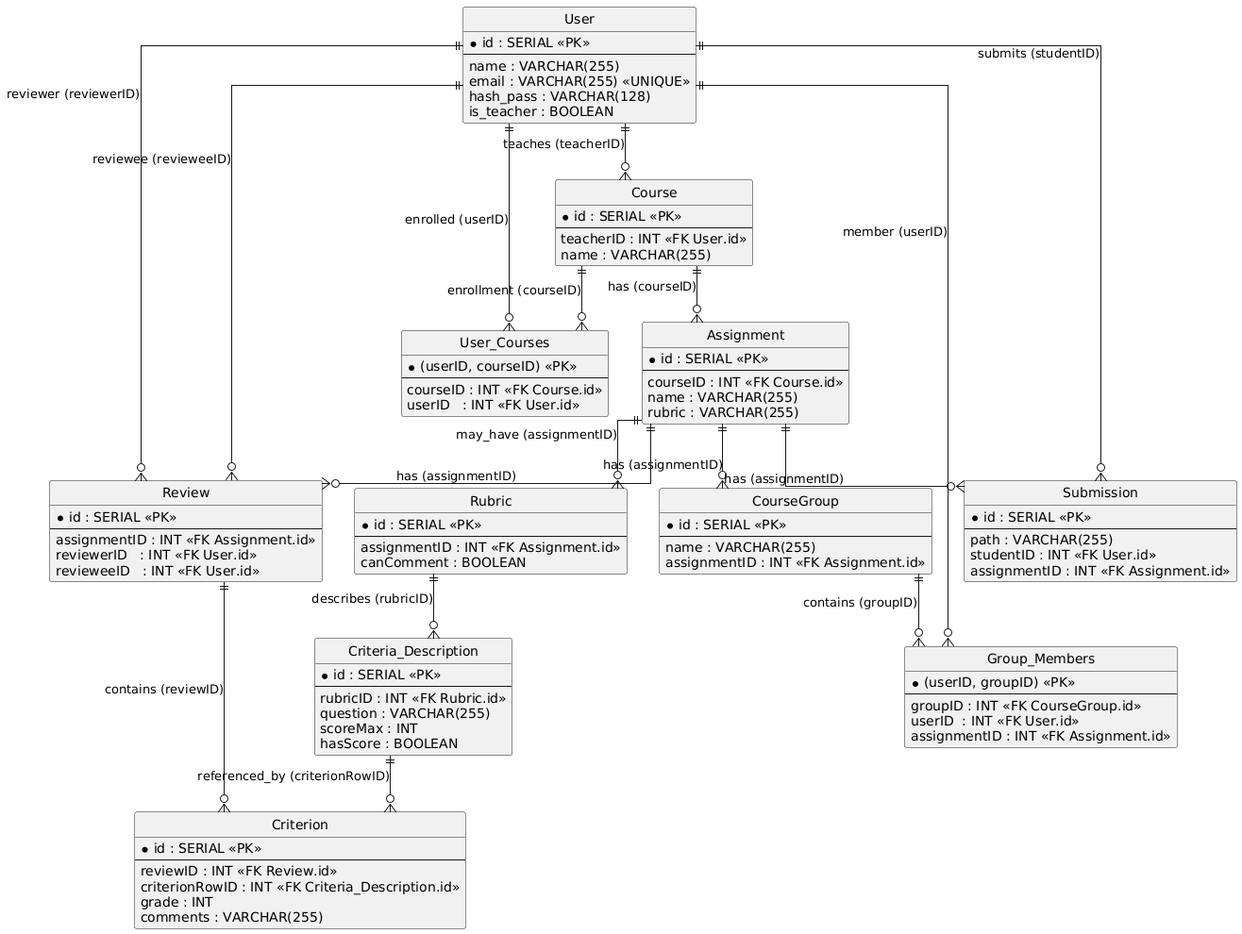
The PlantUML diagram docs/schema/database-schema.png in Okanagan-College-COSC224-Winter-2026/okanagan-college-cosc224-winter-2026-classroom-50a2b5-the-project-cosc224-peer-evaluation-app, before a commit.
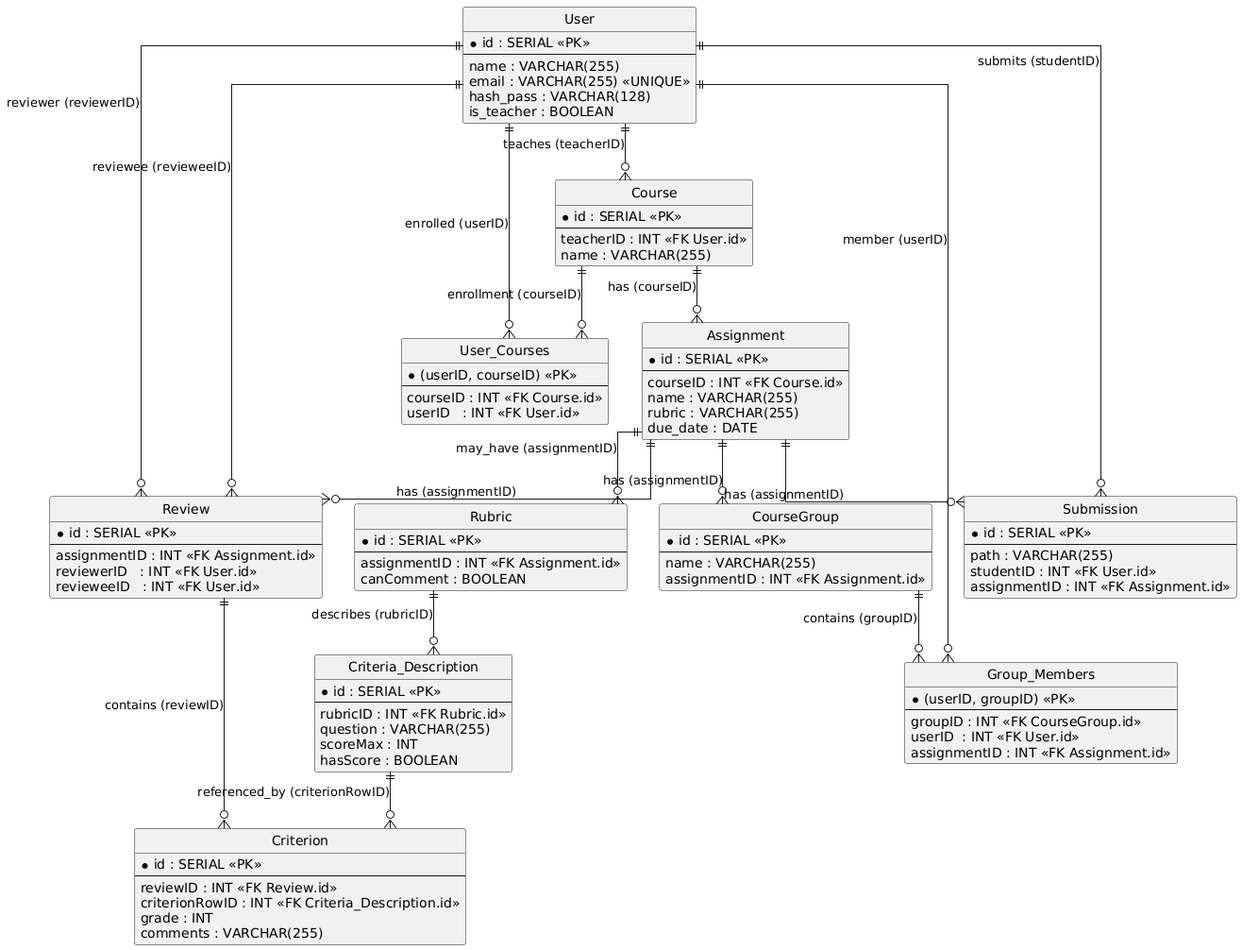
The same file after the commit.

Change to the diagram source:
```diff
@@ -24,6 +24,7 @@
   courseID : INT <<FK Course.id>>
   name : VARCHAR(255)
   rubric : VARCHAR(255)
+  due_date : DATE
 }
 
 entity "CourseGroup" as CG {
```
